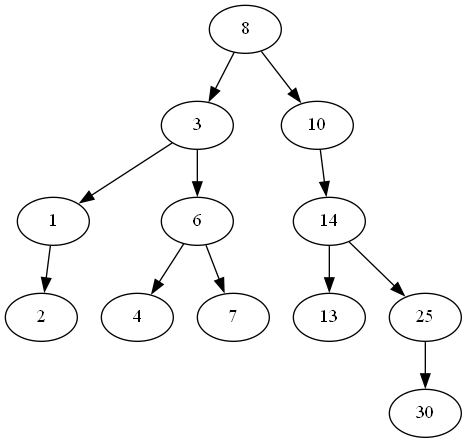
Before: Digraph.gv.png, a diagram exported from Graphviz (KamilaIwon/algorithms-and-data-structures). Its source is kept beside it as Digraph.gv. Source of this version:
```dot
digraph {
	8
	8 -> 3
	3 -> 1
	1 -> 2
	3 -> 6
	6 -> 4
	6 -> 7
	8 -> 10
	10 -> 14
	14 -> 13
	14 -> 25
	25 -> 30
}
```
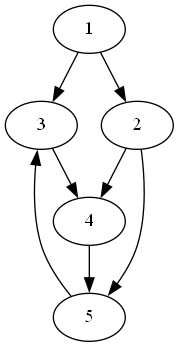
Above is the later version.

Change to the diagram source:
```diff
@@ -1,14 +1,9 @@
 digraph {
-	8
-	8 -> 3
-	3 -> 1
-	1 -> 2
-	3 -> 6
-	6 -> 4
-	6 -> 7
-	8 -> 10
-	10 -> 14
-	14 -> 13
-	14 -> 25
-	25 -> 30
+	1 -> 3 [dir=forward]
+	1 -> 2 [dir=forward]
+	2 -> 5 [dir=forward]
+	2 -> 4 [dir=forward]
+	3 -> 4 [dir=forward]
+	4 -> 5 [dir=forward]
+	5 -> 3 [dir=forward]
 }
```
